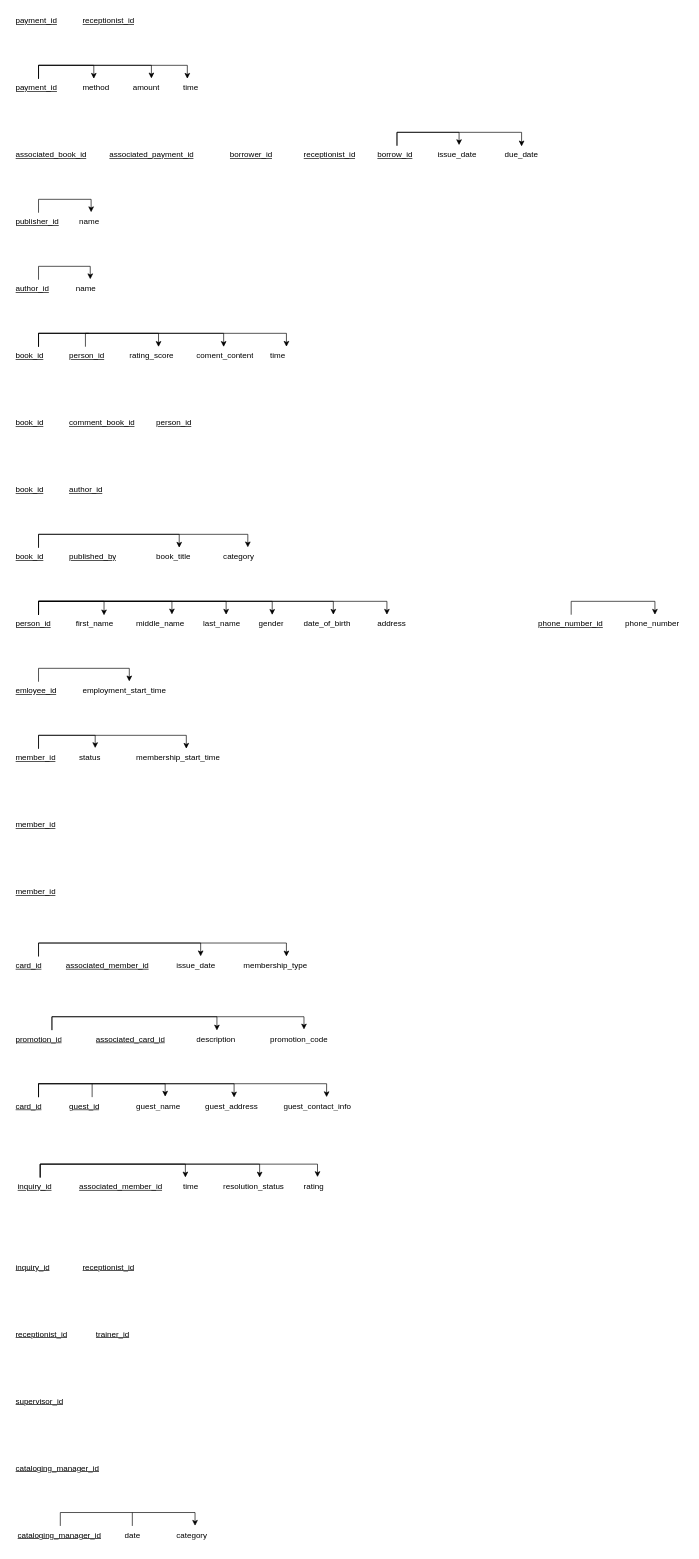
Earlier version of the draw.io diagram page "Dependency Diagram" (3 of 3) of CS4347 - Project.drawio (AO-5002/cs4347-EER-project). Source tidied: cells renumbered, new cells numbered last; positions are measured from the earlier drawing's top-left corner, leaving out a move shared by most shapes. Both pictures are drawn from the tidied source at 67%, with x=0, y=0 at pixel (11, 11).
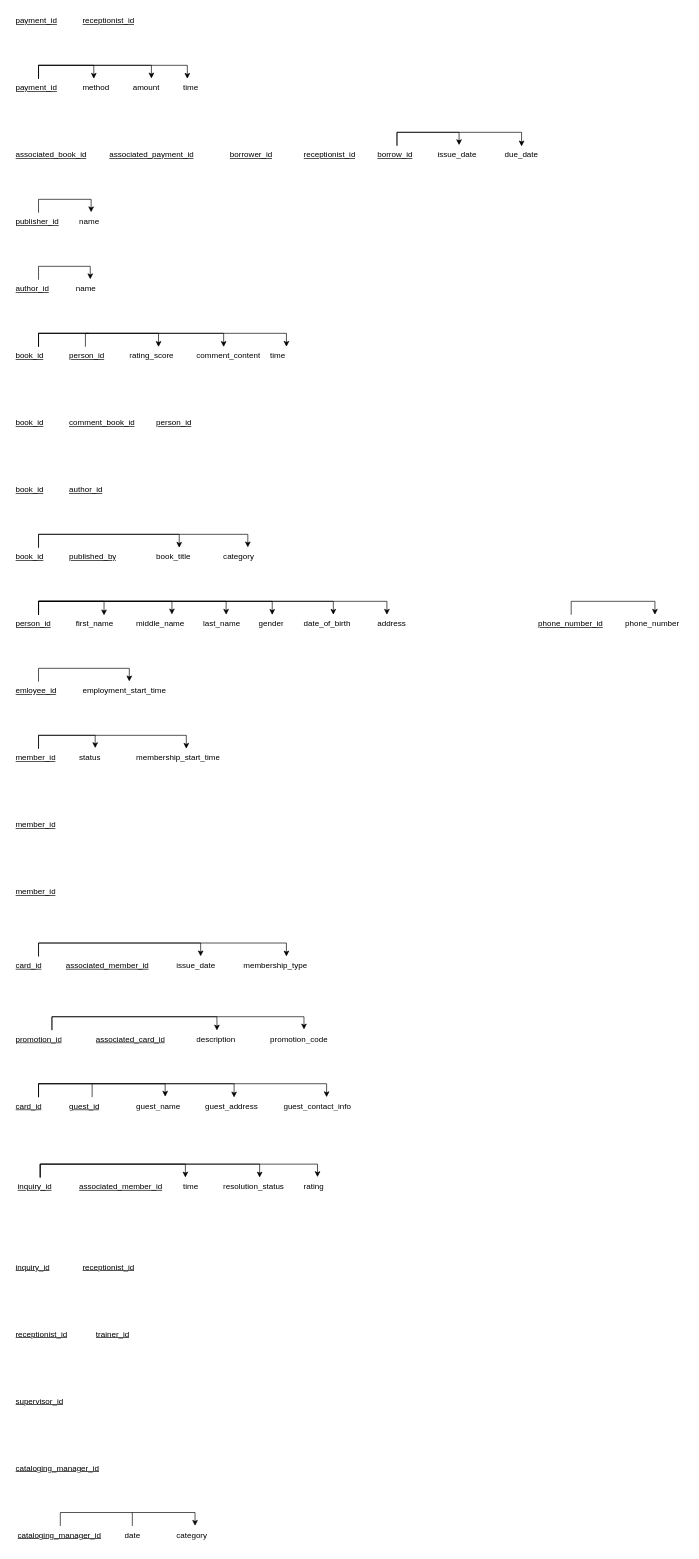
After the change.

The edit, as a diff of the source:
```diff
@@
-    <mxCell id="28" value="coment_content" style="text;strokeColor=none;fillColor=none;spacingLeft=4;spacingRight=4;overflow=hidden;points=[[0,0.5],[1,0.5]];portConstraint=eastwest;fontSize=12;whiteSpace=wrap;html=1;" parent="1" vertex="1">
+    <mxCell id="28" value="comment_content" style="text;strokeColor=none;fillColor=none;spacingLeft=4;spacingRight=4;overflow=hidden;points=[[0,0.5],[1,0.5]];portConstraint=eastwest;fontSize=12;whiteSpace=wrap;html=1;" parent="1" vertex="1">
       <mxGeometry x="270" y="500" width="110" height="30" as="geometry" />
     </mxCell>
```
